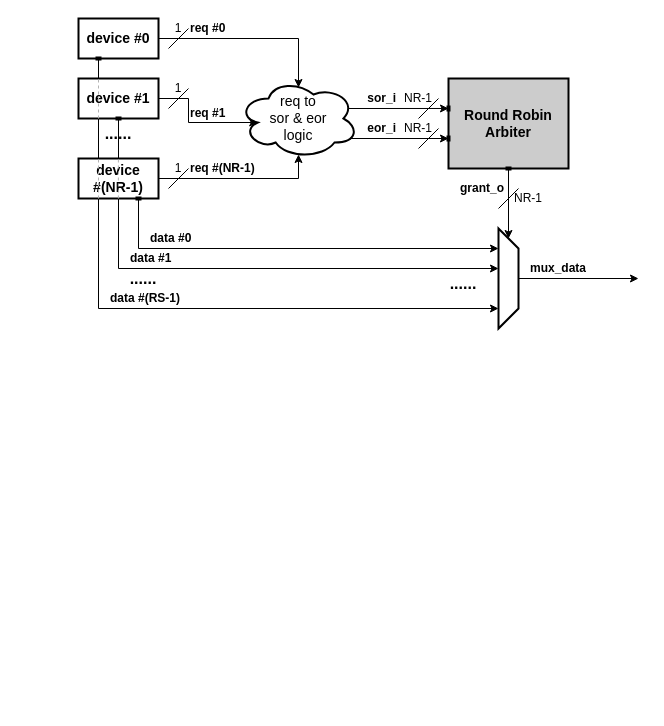
Earlier version of the draw.io diagram page "functional" (1 of 2) of docs/block_diagram/common/rr_arbiter/spmcu_rr_arbiter.drawio (thanhlong-xlink/snake). Source tidied: cells renumbered, new cells numbered last; positions are measured from the earlier drawing's top-left corner, leaving out a move shared by most shapes. Both pictures are drawn from the tidied source at 100%, with x=0, y=0 at pixel (78, 18).
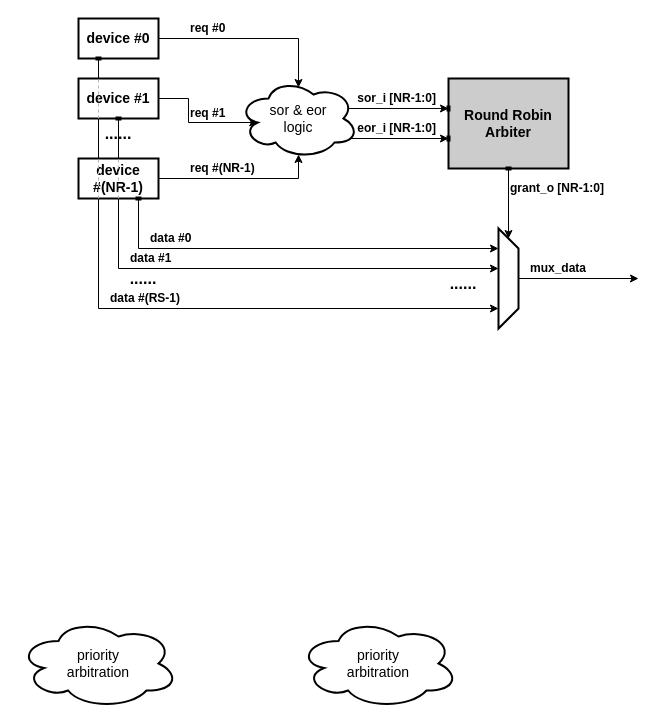
After the change.

Change to the diagram source:
```diff
@@
-<mxGraphModel>
+<mxGraphModel background="light-dark(#ffffff, #121212)">
@@
-    <mxCell id="5" value="req to&lt;div&gt;sor &amp;amp; eor&lt;/div&gt;&lt;div&gt;&lt;span style=&quot;background-color: transparent; color: light-dark(rgb(0, 0, 0), rgb(255, 255, 255));&quot;&gt;logic&lt;/span&gt;&lt;/div&gt;" style="ellipse;shape=cloud;whiteSpace=wrap;html=1;strokeWidth=2;fontSize=14;" parent="1" vertex="1">
+    <mxCell id="5" value="&lt;div&gt;sor &amp;amp; eor&lt;/div&gt;&lt;div&gt;&lt;span style=&quot;background-color: transparent; color: light-dark(rgb(0, 0, 0), rgb(255, 255, 255));&quot;&gt;logic&lt;/span&gt;&lt;/div&gt;" style="ellipse;shape=cloud;whiteSpace=wrap;html=1;strokeWidth=2;fontSize=14;" parent="1" vertex="1">
       <mxGeometry x="160" y="60" width="120" height="80" as="geometry" />
     </mxCell>
@@
-    <mxCell id="8" value="sor_i" style="text;html=1;whiteSpace=wrap;strokeColor=none;fillColor=none;align=right;verticalAlign=middle;rounded=0;fontStyle=1;" parent="1" vertex="1">
-      <mxGeometry x="280" y="70" width="40" height="20" as="geometry" />
+    <mxCell id="8" value="sor_i [NR-1:0]" style="text;html=1;whiteSpace=wrap;strokeColor=none;fillColor=none;align=right;verticalAlign=middle;rounded=0;fontStyle=1;" parent="1" vertex="1">
+      <mxGeometry x="270" y="70" width="90" height="20" as="geometry" />
     </mxCell>
@@
-    <mxCell id="12" style="endArrow=none;html=1;rounded=0;" parent="1" edge="1">
-      <mxGeometry relative="1" as="geometry">
-        <mxPoint x="90" y="30" as="sourcePoint" />
-        <mxPoint x="110" y="10" as="targetPoint" />
-      </mxGeometry>
-    </mxCell>
-    <mxCell id="13" value="1" style="text;html=1;whiteSpace=wrap;strokeColor=none;fillColor=none;align=center;verticalAlign=middle;rounded=0;" parent="1" vertex="1">
-      <mxGeometry x="90" width="20" height="20" as="geometry" />
-    </mxCell>
@@
-    <mxCell id="15" style="endArrow=none;html=1;rounded=0;" parent="1" edge="1">
-      <mxGeometry relative="1" as="geometry">
-        <mxPoint x="90" y="90" as="sourcePoint" />
-        <mxPoint x="110" y="70" as="targetPoint" />
-      </mxGeometry>
-    </mxCell>
-    <mxCell id="16" value="1" style="text;html=1;whiteSpace=wrap;strokeColor=none;fillColor=none;align=center;verticalAlign=middle;rounded=0;" parent="1" vertex="1">
-      <mxGeometry x="90" y="60" width="20" height="20" as="geometry" />
-    </mxCell>
-    <mxCell id="17" style="endArrow=none;html=1;rounded=0;" parent="1" edge="1">
-      <mxGeometry relative="1" as="geometry">
-        <mxPoint x="90" y="170" as="sourcePoint" />
-        <mxPoint x="110" y="150" as="targetPoint" />
-      </mxGeometry>
-    </mxCell>
-    <mxCell id="18" value="1" style="text;html=1;whiteSpace=wrap;strokeColor=none;fillColor=none;align=center;verticalAlign=middle;rounded=0;" parent="1" vertex="1">
-      <mxGeometry x="90" y="140" width="20" height="20" as="geometry" />
-    </mxCell>
@@
-    <mxCell id="21" value="eor_i" style="text;html=1;whiteSpace=wrap;strokeColor=none;fillColor=none;align=right;verticalAlign=middle;rounded=0;fontStyle=1;" parent="1" vertex="1">
-      <mxGeometry x="280" y="100" width="40" height="20" as="geometry" />
+    <mxCell id="21" value="eor_i [NR-1:0]" style="text;html=1;whiteSpace=wrap;strokeColor=none;fillColor=none;align=right;verticalAlign=middle;rounded=0;fontStyle=1;" parent="1" vertex="1">
+      <mxGeometry x="270" y="100" width="90" height="20" as="geometry" />
     </mxCell>
@@
-    <mxCell id="23" value="grant_o" style="text;html=1;whiteSpace=wrap;strokeColor=none;fillColor=none;align=left;verticalAlign=middle;rounded=0;fontStyle=1;" parent="1" vertex="1">
-      <mxGeometry x="380" y="160" width="50" height="20" as="geometry" />
+    <mxCell id="23" value="grant_o [NR-1:0]" style="text;html=1;whiteSpace=wrap;strokeColor=none;fillColor=none;align=left;verticalAlign=middle;rounded=0;fontStyle=1;" parent="1" vertex="1">
+      <mxGeometry x="430" y="160" width="100" height="20" as="geometry" />
     </mxCell>
@@
-    <mxCell id="27" style="endArrow=none;html=1;rounded=0;" parent="1" edge="1">
-      <mxGeometry relative="1" as="geometry">
-        <mxPoint x="340" y="130" as="sourcePoint" />
-        <mxPoint x="360" y="110" as="targetPoint" />
-      </mxGeometry>
-    </mxCell>
-    <mxCell id="28" value="NR-1" style="text;html=1;whiteSpace=wrap;strokeColor=none;fillColor=none;align=center;verticalAlign=middle;rounded=0;" parent="1" vertex="1">
-      <mxGeometry x="320" y="100" width="40" height="20" as="geometry" />
-    </mxCell>
-    <mxCell id="29" style="endArrow=none;html=1;rounded=0;" parent="1" edge="1">
-      <mxGeometry relative="1" as="geometry">
-        <mxPoint x="340" y="100" as="sourcePoint" />
-        <mxPoint x="360" y="80" as="targetPoint" />
-      </mxGeometry>
-    </mxCell>
-    <mxCell id="30" value="NR-1" style="text;html=1;whiteSpace=wrap;strokeColor=none;fillColor=none;align=center;verticalAlign=middle;rounded=0;" parent="1" vertex="1">
-      <mxGeometry x="320" y="70" width="40" height="20" as="geometry" />
-    </mxCell>
-    <mxCell id="31" style="endArrow=none;html=1;rounded=0;" parent="1" edge="1">
-      <mxGeometry relative="1" as="geometry">
-        <mxPoint x="420" y="190" as="sourcePoint" />
-        <mxPoint x="440" y="170" as="targetPoint" />
-      </mxGeometry>
-    </mxCell>
-    <mxCell id="32" value="NR-1" style="text;html=1;whiteSpace=wrap;strokeColor=none;fillColor=none;align=center;verticalAlign=middle;rounded=0;" parent="1" vertex="1">
-      <mxGeometry x="430" y="170" width="40" height="20" as="geometry" />
-    </mxCell>
@@
+    <mxCell id="52" value="priority&lt;div&gt;arbitration&lt;/div&gt;" style="ellipse;shape=cloud;whiteSpace=wrap;html=1;strokeWidth=2;fontSize=14;" parent="1" vertex="1">
+      <mxGeometry x="220" y="600" width="160" height="90" as="geometry" />
+    </mxCell>
+    <mxCell id="53" value="priority&lt;div&gt;arbitration&lt;/div&gt;" style="ellipse;shape=cloud;whiteSpace=wrap;html=1;strokeWidth=2;fontSize=14;" parent="1" vertex="1">
+      <mxGeometry x="-60" y="600" width="160" height="90" as="geometry" />
+    </mxCell>
```
